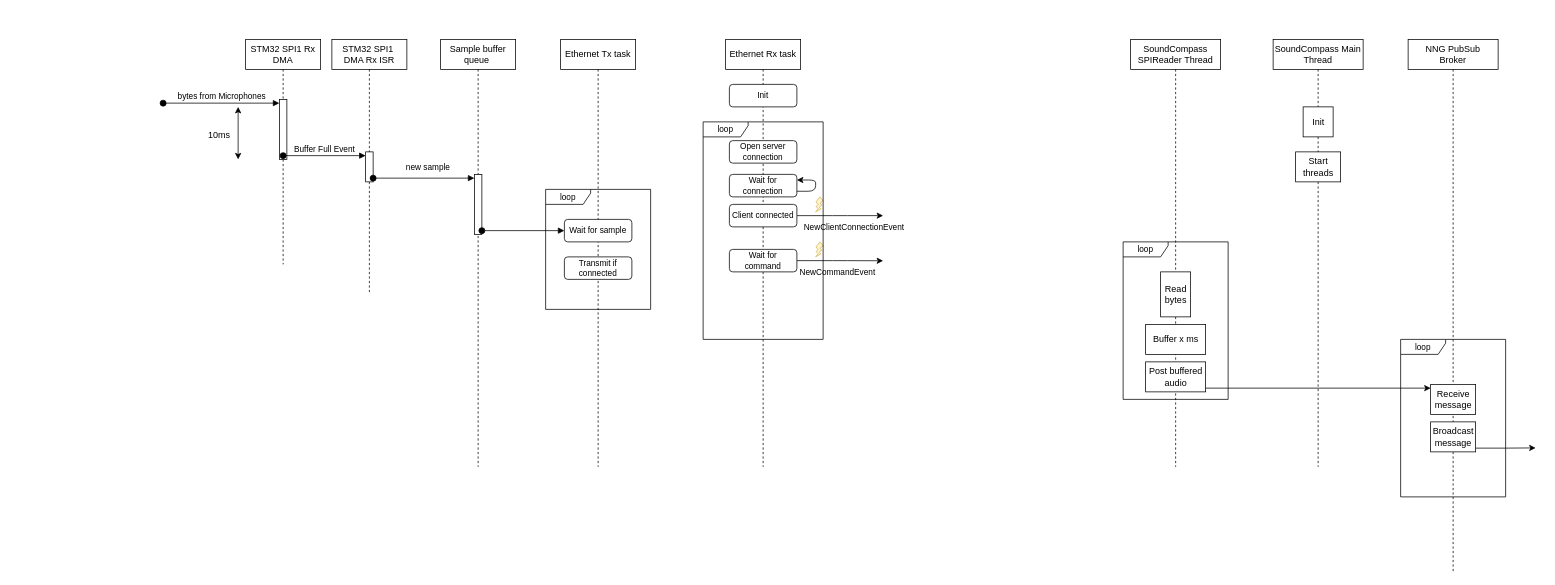
This is page "Mic data seq diagram" (3 of 6) of doc/System Block Diagram.drawio from jbrryhooves/sound-compass, a draw.io file, before an edit. Source tidied: cells renumbered, new cells numbered last; positions are measured from the earlier drawing's top-left corner, leaving out a move shared by most shapes. Both pictures are drawn from the tidied source at 75%, with x=0, y=0 at pixel (163, 39).
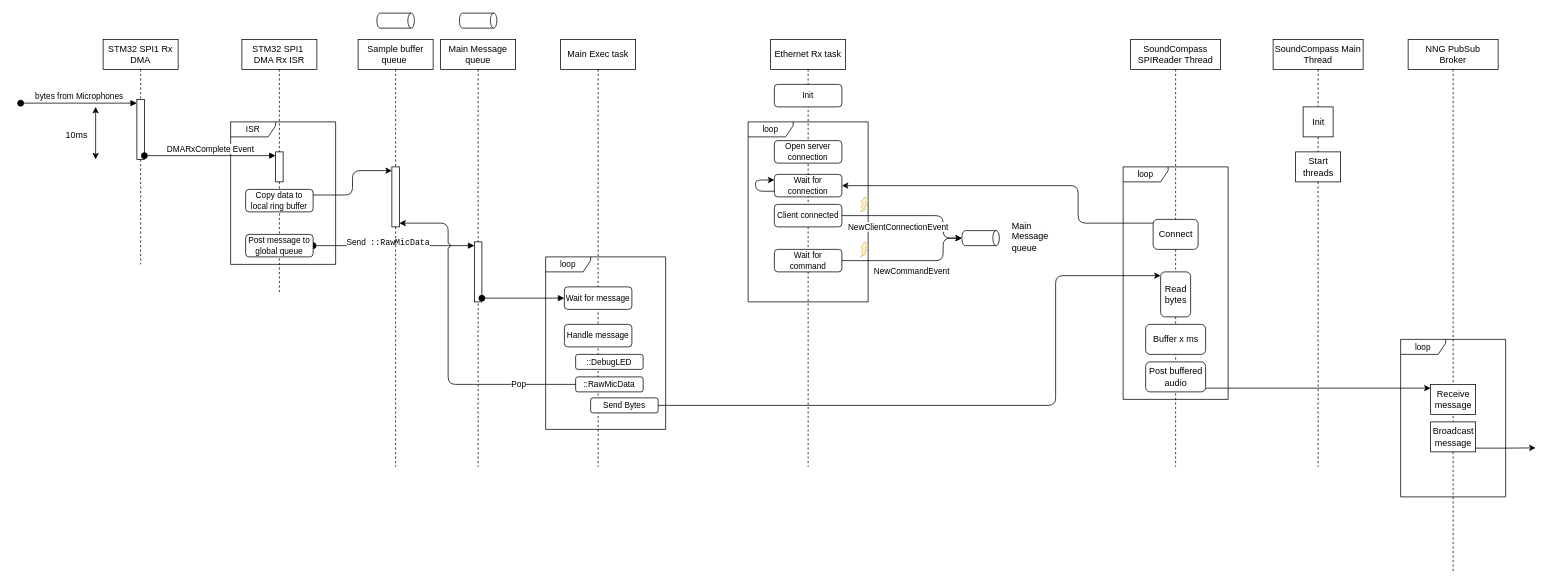
After the change.

Unchanged cells that the change refers to:
```xml
<mxCell id="6" style="html=1;points=[[0,0,0,0,5],[0,1,0,0,-5],[1,0,0,0,5],[1,1,0,0,-5]];perimeter=orthogonalPerimeter;outlineConnect=0;targetShapes=umlLifeline;portConstraint=eastwest;newEdgeStyle={&quot;curved&quot;:0,&quot;rounded&quot;:0};" parent="5" vertex="1">
  <mxGeometry x="45" y="80" width="10" height="80" as="geometry" />
</mxCell>
<mxCell id="9" style="html=1;points=[[0,0,0,0,5],[0,1,0,0,-5],[1,0,0,0,5],[1,1,0,0,-5]];perimeter=orthogonalPerimeter;outlineConnect=0;targetShapes=umlLifeline;portConstraint=eastwest;newEdgeStyle={&quot;curved&quot;:0,&quot;rounded&quot;:0};" parent="8" vertex="1">
  <mxGeometry x="45" y="150" width="10" height="40" as="geometry" />
</mxCell>
<mxCell id="18" value="SoundCompass SPIReader Thread" style="shape=umlLifeline;perimeter=lifelinePerimeter;whiteSpace=wrap;html=1;newEdgeStyle={&quot;curved&quot;:0,&quot;rounded&quot;:0};" parent="4" vertex="1">
  <mxGeometry x="1290" width="120" height="570" as="geometry" />
</mxCell>
```

The edit, as a diff of the source:
```diff
@@
     <mxCell id="3" value="loop" style="shape=umlFrame;whiteSpace=wrap;html=1;fontFamily=Helvetica;fontSize=11;fontColor=default;width=60;height=20;" parent="2" vertex="1">
-      <mxGeometry x="510" y="200" width="140" height="160" as="geometry" />
+      <mxGeometry x="510" y="290" width="160" height="230" as="geometry" />
     </mxCell>
+    <mxCell id="46" value="ISR" style="shape=umlFrame;whiteSpace=wrap;html=1;fontFamily=Helvetica;fontSize=11;fontColor=default;width=60;height=20;" parent="2" vertex="1">
+      <mxGeometry x="90" y="110" width="140" height="190" as="geometry" />
+    </mxCell>
+    <mxCell id="44" value="loop" style="shape=umlFrame;whiteSpace=wrap;html=1;fontFamily=Helvetica;fontSize=11;fontColor=default;width=60;height=20;" parent="2" vertex="1">
+      <mxGeometry x="780" y="110" width="160" height="240" as="geometry" />
+    </mxCell>
@@
     <mxCell id="5" value="STM32 SPI1 Rx DMA" style="shape=umlLifeline;perimeter=lifelinePerimeter;whiteSpace=wrap;html=1;newEdgeStyle={&quot;curved&quot;:0,&quot;rounded&quot;:0};" parent="4" vertex="1">
-      <mxGeometry x="110" width="100" height="300" as="geometry" />
+      <mxGeometry x="-80" width="100" height="300" as="geometry" />
     </mxCell>
@@
     <mxCell id="8" value="STM32 SPI1&amp;nbsp; DMA Rx ISR" style="shape=umlLifeline;perimeter=lifelinePerimeter;whiteSpace=wrap;html=1;newEdgeStyle={&quot;curved&quot;:0,&quot;rounded&quot;:0};" parent="4" vertex="1">
-      <mxGeometry x="225" width="100" height="340" as="geometry" />
+      <mxGeometry x="105" width="100" height="340" as="geometry" />
     </mxCell>
@@
-    <mxCell id="10" value="Buffer Full Event" style="html=1;verticalAlign=bottom;startArrow=oval;endArrow=block;startSize=8;curved=0;rounded=0;entryX=0;entryY=0;entryDx=0;entryDy=5;exitX=1;exitY=1;exitDx=0;exitDy=-5;exitPerimeter=0;" parent="4" edge="1" target="9">
-      <mxGeometry relative="1" as="geometry">
-        <mxPoint x="160" y="155" as="sourcePoint" />
-      </mxGeometry>
+    <mxCell id="10" value="DMARxComplete Event" style="html=1;verticalAlign=bottom;startArrow=oval;endArrow=block;startSize=8;curved=0;rounded=0;entryX=0;entryY=0;entryDx=0;entryDy=5;exitX=1;exitY=1;exitDx=0;exitDy=-5;exitPerimeter=0;" parent="4" edge="1" source="6" target="9">
+      <mxGeometry relative="1" as="geometry" />
     </mxCell>
-    <mxCell id="11" value="new sample" style="html=1;verticalAlign=bottom;startArrow=oval;endArrow=block;startSize=8;rounded=1;exitX=1;exitY=1;exitDx=0;exitDy=-5;exitPerimeter=0;entryX=0;entryY=0;entryDx=0;entryDy=5;entryPerimeter=0;" parent="4" edge="1" source="9" target="15">
-      <mxGeometry x="0.08" y="5" relative="1" as="geometry" />
+    <mxCell id="11" value="Send&amp;nbsp;&amp;nbsp;&lt;font face=&quot;Courier New&quot;&gt;::RawMicData&lt;/font&gt;" style="html=1;verticalAlign=bottom;startArrow=oval;endArrow=block;startSize=8;rounded=1;entryX=0;entryY=0;entryDx=0;entryDy=5;entryPerimeter=0;exitX=1;exitY=0.5;exitDx=0;exitDy=0;" parent="4" edge="1" source="49" target="15">
+      <mxGeometry x="-0.07" y="-5" relative="1" as="geometry" />
     </mxCell>
     <mxCell id="12" style="endArrow=classic;startArrow=classic;html=1;rounded=0;" parent="4" edge="1">
       <mxGeometry relative="1" as="geometry">
-        <mxPoint x="100" y="160" as="sourcePoint" />
-        <mxPoint x="100" y="90" as="targetPoint" />
+        <mxPoint x="-90" y="160" as="sourcePoint" />
+        <mxPoint x="-90" y="90" as="targetPoint" />
       </mxGeometry>
     </mxCell>
     <mxCell id="13" value="10ms" style="text;html=1;strokeColor=none;fillColor=none;align=center;verticalAlign=middle;whiteSpace=wrap;rounded=0;" parent="4" vertex="1">
-      <mxGeometry x="50" y="120" width="50" height="15" as="geometry" />
+      <mxGeometry x="-140" y="120" width="50" height="15" as="geometry" />
     </mxCell>
-    <mxCell id="14" value="Sample buffer queue&amp;nbsp;" style="shape=umlLifeline;perimeter=lifelinePerimeter;whiteSpace=wrap;html=1;newEdgeStyle={&quot;curved&quot;:0,&quot;rounded&quot;:0};" parent="4" vertex="1">
+    <mxCell id="14" value="Main Message queue" style="shape=umlLifeline;perimeter=lifelinePerimeter;whiteSpace=wrap;html=1;newEdgeStyle={&quot;curved&quot;:0,&quot;rounded&quot;:0};" parent="4" vertex="1">
       <mxGeometry x="370" width="100" height="570" as="geometry" />
     </mxCell>
     <mxCell id="15" style="html=1;points=[[0,0,0,0,5],[0,1,0,0,-5],[1,0,0,0,5],[1,1,0,0,-5]];perimeter=orthogonalPerimeter;outlineConnect=0;targetShapes=umlLifeline;portConstraint=eastwest;newEdgeStyle={&quot;curved&quot;:0,&quot;rounded&quot;:0};" parent="14" vertex="1">
-      <mxGeometry x="45" y="180" width="10" height="80" as="geometry" />
+      <mxGeometry x="45" y="270" width="10" height="80" as="geometry" />
     </mxCell>
-    <mxCell id="16" value="Ethernet Tx task" style="shape=umlLifeline;perimeter=lifelinePerimeter;whiteSpace=wrap;html=1;newEdgeStyle={&quot;curved&quot;:0,&quot;rounded&quot;:0};" parent="4" vertex="1">
+    <mxCell id="16" value="Main Exec task" style="shape=umlLifeline;perimeter=lifelinePerimeter;whiteSpace=wrap;html=1;newEdgeStyle={&quot;curved&quot;:0,&quot;rounded&quot;:0};" parent="4" vertex="1">
       <mxGeometry x="530" width="100" height="570" as="geometry" />
     </mxCell>
@@
-    <mxCell id="19" value="Read &lt;br&gt;bytes" style="html=1;points=[[0,0,0,0,5],[0,1,0,0,-5],[1,0,0,0,5],[1,1,0,0,-5]];perimeter=orthogonalPerimeter;outlineConnect=0;targetShapes=umlLifeline;portConstraint=eastwest;newEdgeStyle={&quot;curved&quot;:0,&quot;rounded&quot;:0};" parent="18" vertex="1">
+    <mxCell id="19" value="Read &lt;br&gt;bytes" style="html=1;points=[[0,0,0,0,5],[0,1,0,0,-5],[1,0,0,0,5],[1,1,0,0,-5]];perimeter=orthogonalPerimeter;outlineConnect=0;targetShapes=umlLifeline;portConstraint=eastwest;newEdgeStyle={&quot;curved&quot;:0,&quot;rounded&quot;:0};rounded=1;" parent="18" vertex="1">
       <mxGeometry x="40" y="310" width="40" height="60" as="geometry" />
     </mxCell>
-    <mxCell id="20" value="Buffer x ms" style="html=1;perimeter=orthogonalPerimeter;targetShapes=umlLifeline;newEdgeStyle={&quot;curved&quot;:0,&quot;rounded&quot;:0};" parent="18" vertex="1">
+    <mxCell id="20" value="Buffer x ms" style="html=1;perimeter=orthogonalPerimeter;targetShapes=umlLifeline;newEdgeStyle={&quot;curved&quot;:0,&quot;rounded&quot;:0};rounded=1;" parent="18" vertex="1">
       <mxGeometry x="20" y="380" width="80" height="40" as="geometry" />
     </mxCell>
+    <mxCell id="47" value="Connect" style="html=1;points=[[0,0,0,0,5],[0,1,0,0,-5],[1,0,0,0,5],[1,1,0,0,-5]];perimeter=orthogonalPerimeter;outlineConnect=0;targetShapes=umlLifeline;portConstraint=eastwest;newEdgeStyle={&quot;curved&quot;:0,&quot;rounded&quot;:0};rounded=1;" parent="18" vertex="1">
+      <mxGeometry x="30" y="240" width="60" height="40" as="geometry" />
+    </mxCell>
@@
     <mxCell id="26" value="loop" style="shape=umlFrame;whiteSpace=wrap;html=1;fontFamily=Helvetica;fontSize=11;fontColor=default;width=60;height=20;" parent="4" vertex="1">
-      <mxGeometry x="1280" y="270" width="140" height="210" as="geometry" />
+      <mxGeometry x="1280" y="170" width="140" height="310" as="geometry" />
     </mxCell>
-    <mxCell id="27" value="Post buffered &lt;br&gt;audio" style="html=1;points=[[0,0,0,0,5],[0,1,0,0,-5],[1,0,0,0,5],[1,1,0,0,-5]];perimeter=orthogonalPerimeter;outlineConnect=0;targetShapes=umlLifeline;portConstraint=eastwest;newEdgeStyle={&quot;curved&quot;:0,&quot;rounded&quot;:0};" parent="4" vertex="1">
+    <mxCell id="27" value="Post buffered &lt;br&gt;audio" style="html=1;points=[[0,0,0,0,5],[0,1,0,0,-5],[1,0,0,0,5],[1,1,0,0,-5]];perimeter=orthogonalPerimeter;outlineConnect=0;targetShapes=umlLifeline;portConstraint=eastwest;newEdgeStyle={&quot;curved&quot;:0,&quot;rounded&quot;:0};rounded=1;" parent="4" vertex="1">
       <mxGeometry x="1310" y="430" width="80" height="40" as="geometry" />
     </mxCell>
@@
     <mxCell id="32" value="Ethernet Rx task" style="shape=umlLifeline;perimeter=lifelinePerimeter;whiteSpace=wrap;html=1;newEdgeStyle={&quot;curved&quot;:0,&quot;rounded&quot;:0};" parent="4" vertex="1">
-      <mxGeometry x="750" width="100" height="570" as="geometry" />
+      <mxGeometry x="810" width="100" height="570" as="geometry" />
     </mxCell>
     <mxCell id="33" value="Open server connection" style="rounded=1;whiteSpace=wrap;html=1;fontFamily=Helvetica;fontSize=11;fontColor=default;" parent="4" vertex="1">
-      <mxGeometry x="755" y="135" width="90" height="30" as="geometry" />
+      <mxGeometry x="815" y="135" width="90" height="30" as="geometry" />
     </mxCell>
     <mxCell id="34" value="Wait for connection" style="rounded=1;whiteSpace=wrap;html=1;fontFamily=Helvetica;fontSize=11;fontColor=default;" parent="4" vertex="1">
-      <mxGeometry x="755" y="180" width="90" height="30" as="geometry" />
+      <mxGeometry x="815" y="180" width="90" height="30" as="geometry" />
     </mxCell>
-    <mxCell id="35" style="edgeStyle=orthogonalEdgeStyle;shape=connector;curved=0;rounded=1;orthogonalLoop=1;jettySize=auto;html=1;exitX=1;exitY=0.75;exitDx=0;exitDy=0;labelBackgroundColor=default;strokeColor=default;align=center;verticalAlign=middle;fontFamily=Helvetica;fontSize=11;fontColor=default;endArrow=classic;entryX=1;entryY=0.25;entryDx=0;entryDy=0;" parent="4" edge="1" source="34" target="34">
+    <mxCell id="35" style="edgeStyle=orthogonalEdgeStyle;shape=connector;curved=0;rounded=1;orthogonalLoop=1;jettySize=auto;html=1;exitX=0;exitY=0.75;exitDx=0;exitDy=0;labelBackgroundColor=default;strokeColor=default;align=center;verticalAlign=middle;fontFamily=Helvetica;fontSize=11;fontColor=default;endArrow=classic;entryX=0;entryY=0.25;entryDx=0;entryDy=0;" parent="4" edge="1" source="34" target="34">
       <mxGeometry relative="1" as="geometry">
         <Array as="points">
-          <mxPoint x="870" y="202" />
-          <mxPoint x="870" y="188" />
-          <mxPoint x="845" y="188" />
+          <mxPoint x="790" y="203" />
+          <mxPoint x="790" y="188" />
         </Array>
       </mxGeometry>
     </mxCell>
-    <mxCell id="36" value="NewClientConnectionEvent" style="edgeStyle=orthogonalEdgeStyle;shape=connector;curved=0;rounded=1;jettySize=auto;html=1;exitX=1;exitY=0.5;exitDx=0;exitDy=0;labelBackgroundColor=default;strokeColor=default;align=center;verticalAlign=middle;fontFamily=Helvetica;fontSize=11;fontColor=default;endArrow=classic;" parent="4" edge="1" source="37">
-      <mxGeometry x="0.31" y="-15" relative="1" as="geometry">
-        <mxPoint x="960" y="235" as="targetPoint" />
+    <mxCell id="36" value="NewClientConnectionEvent" style="edgeStyle=orthogonalEdgeStyle;shape=connector;curved=0;rounded=1;jettySize=auto;html=1;exitX=1;exitY=0.5;exitDx=0;exitDy=0;labelBackgroundColor=default;strokeColor=default;align=center;verticalAlign=middle;fontFamily=Helvetica;fontSize=11;fontColor=default;endArrow=classic;entryX=0.5;entryY=1;entryDx=0;entryDy=0;entryPerimeter=0;" parent="4" edge="1" source="37" target="57">
+      <mxGeometry x="-0.21" y="-15" relative="1" as="geometry">
+        <Array as="points">
+          <mxPoint x="1040" y="235" />
+          <mxPoint x="1040" y="265" />
+        </Array>
       </mxGeometry>
     </mxCell>
     <mxCell id="37" value="Client connected" style="rounded=1;whiteSpace=wrap;html=1;fontFamily=Helvetica;fontSize=11;fontColor=default;" parent="4" vertex="1">
-      <mxGeometry x="755" y="220" width="90" height="30" as="geometry" />
+      <mxGeometry x="815" y="220" width="90" height="30" as="geometry" />
     </mxCell>
     <mxCell id="38" style="verticalLabelPosition=bottom;verticalAlign=top;html=1;shape=mxgraph.basic.flash;fontFamily=Helvetica;fontSize=11;fillColor=#fff2cc;strokeColor=#d6b656;" parent="4" vertex="1">
-      <mxGeometry x="870" y="210" width="10" height="20" as="geometry" />
+      <mxGeometry x="930" y="210" width="10" height="20" as="geometry" />
     </mxCell>
-    <mxCell id="39" value="NewCommandEvent" style="edgeStyle=orthogonalEdgeStyle;shape=connector;curved=0;rounded=1;jettySize=auto;html=1;exitX=1;exitY=0.5;exitDx=0;exitDy=0;labelBackgroundColor=default;strokeColor=default;align=center;verticalAlign=middle;fontFamily=Helvetica;fontSize=11;fontColor=default;endArrow=classic;" parent="4" edge="1" source="40">
+    <mxCell id="39" value="NewCommandEvent" style="edgeStyle=orthogonalEdgeStyle;shape=connector;curved=0;rounded=1;jettySize=auto;html=1;exitX=1;exitY=0.5;exitDx=0;exitDy=0;labelBackgroundColor=default;strokeColor=default;align=center;verticalAlign=middle;fontFamily=Helvetica;fontSize=11;fontColor=default;endArrow=classic;entryX=0.5;entryY=1;entryDx=0;entryDy=0;entryPerimeter=0;" parent="4" edge="1" source="40" target="57">
       <mxGeometry x="0.01" y="-15" relative="1" as="geometry">
-        <mxPoint x="960" y="295.2" as="targetPoint" />
+        <Array as="points">
+          <mxPoint x="1040" y="295" />
+          <mxPoint x="1040" y="265" />
+        </Array>
         <mxPoint x="-3" y="-1" as="offset" />
       </mxGeometry>
     </mxCell>
     <mxCell id="40" value="Wait for command" style="rounded=1;whiteSpace=wrap;html=1;fontFamily=Helvetica;fontSize=11;fontColor=default;" parent="4" vertex="1">
-      <mxGeometry x="755" y="280" width="90" height="30" as="geometry" />
+      <mxGeometry x="815" y="280" width="90" height="30" as="geometry" />
     </mxCell>
     <mxCell id="41" style="verticalLabelPosition=bottom;verticalAlign=top;html=1;shape=mxgraph.basic.flash;fontFamily=Helvetica;fontSize=11;fillColor=#fff2cc;strokeColor=#d6b656;" parent="4" vertex="1">
-      <mxGeometry x="870" y="270" width="10" height="20" as="geometry" />
+      <mxGeometry x="930" y="270" width="10" height="20" as="geometry" />
     </mxCell>
-    <mxCell id="42" value="Wait for sample" style="rounded=1;whiteSpace=wrap;html=1;fontFamily=Helvetica;fontSize=11;fontColor=default;" parent="4" vertex="1">
-      <mxGeometry x="535" y="240" width="90" height="30" as="geometry" />
+    <mxCell id="42" value="Wait for message" style="rounded=1;whiteSpace=wrap;html=1;fontFamily=Helvetica;fontSize=11;fontColor=default;" parent="4" vertex="1">
+      <mxGeometry x="535" y="330" width="90" height="30" as="geometry" />
     </mxCell>
     <mxCell id="43" value="Init" style="rounded=1;whiteSpace=wrap;html=1;fontFamily=Helvetica;fontSize=11;fontColor=default;" parent="4" vertex="1">
-      <mxGeometry x="755" y="60" width="90" height="30" as="geometry" />
+      <mxGeometry x="815" y="60" width="90" height="30" as="geometry" />
     </mxCell>
-    <mxCell id="44" value="loop" style="shape=umlFrame;whiteSpace=wrap;html=1;fontFamily=Helvetica;fontSize=11;fontColor=default;width=60;height=20;" parent="4" vertex="1">
-      <mxGeometry x="720" y="110" width="160" height="290" as="geometry" />
-    </mxCell>
-    <mxCell id="45" value="Transmit if connected" style="rounded=1;whiteSpace=wrap;html=1;fontFamily=Helvetica;fontSize=11;fontColor=default;" parent="4" vertex="1">
-      <mxGeometry x="535" y="290" width="90" height="30" as="geometry" />
+    <mxCell id="45" value="Handle message" style="rounded=1;whiteSpace=wrap;html=1;fontFamily=Helvetica;fontSize=11;fontColor=default;" parent="4" vertex="1">
+      <mxGeometry x="535" y="380" width="90" height="30" as="geometry" />
     </mxCell>
+    <mxCell id="48" value="Copy data to local ring buffer" style="rounded=1;whiteSpace=wrap;html=1;fontFamily=Helvetica;fontSize=11;fontColor=default;" parent="4" vertex="1">
+      <mxGeometry x="110" y="200" width="90" height="30" as="geometry" />
+    </mxCell>
+    <mxCell id="49" value="Post message to global queue" style="rounded=1;whiteSpace=wrap;html=1;fontFamily=Helvetica;fontSize=11;fontColor=default;" parent="4" vertex="1">
+      <mxGeometry x="110" y="260" width="90" height="30" as="geometry" />
+    </mxCell>
+    <mxCell id="50" style="edgeStyle=orthogonalEdgeStyle;rounded=1;jettySize=auto;html=1;exitX=1;exitY=0.25;exitDx=0;exitDy=0;entryX=0;entryY=0;entryDx=0;entryDy=5;entryPerimeter=0;curved=0;" parent="4" edge="1" source="48" target="56">
+      <mxGeometry relative="1" as="geometry" />
+    </mxCell>
+    <mxCell id="51" value="::DebugLED" style="rounded=1;whiteSpace=wrap;html=1;fontFamily=Helvetica;fontSize=11;fontColor=default;" parent="4" vertex="1">
+      <mxGeometry x="550" y="420" width="90" height="20" as="geometry" />
+    </mxCell>
+    <mxCell id="52" value="::RawMicData" style="rounded=1;whiteSpace=wrap;html=1;fontFamily=Helvetica;fontSize=11;fontColor=default;" parent="4" vertex="1">
+      <mxGeometry x="550" y="450" width="90" height="20" as="geometry" />
+    </mxCell>
+    <mxCell id="53" style="edgeStyle=orthogonalEdgeStyle;rounded=1;jettySize=auto;html=1;exitX=0;exitY=0.5;exitDx=0;exitDy=0;entryX=1;entryY=1;entryDx=0;entryDy=-5;entryPerimeter=0;curved=0;jumpStyle=arc;" parent="4" edge="1" source="52" target="56">
+      <mxGeometry relative="1" as="geometry">
+        <Array as="points">
+          <mxPoint x="380" y="460" />
+          <mxPoint x="380" y="245" />
+        </Array>
+      </mxGeometry>
+    </mxCell>
+    <mxCell id="54" value="Pop" style="edgeLabel;html=1;align=center;verticalAlign=middle;fontSize=11;fontFamily=Helvetica;fontColor=default;" parent="53" vertex="1">
+      <mxGeometry x="-0.66" y="-1" relative="1" as="geometry" />
+    </mxCell>
+    <mxCell id="55" value="Sample buffer queue&amp;nbsp;" style="shape=umlLifeline;perimeter=lifelinePerimeter;whiteSpace=wrap;html=1;newEdgeStyle={&quot;curved&quot;:0,&quot;rounded&quot;:0};" parent="4" vertex="1">
+      <mxGeometry x="260" width="100" height="570" as="geometry" />
+    </mxCell>
+    <mxCell id="56" style="html=1;points=[[0,0,0,0,5],[0,1,0,0,-5],[1,0,0,0,5],[1,1,0,0,-5]];perimeter=orthogonalPerimeter;outlineConnect=0;targetShapes=umlLifeline;portConstraint=eastwest;newEdgeStyle={&quot;curved&quot;:0,&quot;rounded&quot;:0};" parent="55" vertex="1">
+      <mxGeometry x="45" y="170" width="10" height="80" as="geometry" />
+    </mxCell>
+    <mxCell id="57" style="shape=cylinder3;whiteSpace=wrap;html=1;boundedLbl=1;backgroundOutline=1;size=4.333333333333371;fontFamily=Helvetica;fontSize=11;fontColor=default;rotation=90;" parent="4" vertex="1">
+      <mxGeometry x="1080" y="240" width="20" height="50" as="geometry" />
+    </mxCell>
+    <mxCell id="58" style="shape=cylinder3;whiteSpace=wrap;html=1;boundedLbl=1;backgroundOutline=1;size=4.333333333333371;fontFamily=Helvetica;fontSize=11;fontColor=default;rotation=90;" parent="4" vertex="1">
+      <mxGeometry x="410" y="-50" width="20" height="50" as="geometry" />
+    </mxCell>
+    <mxCell id="59" style="shape=cylinder3;whiteSpace=wrap;html=1;boundedLbl=1;backgroundOutline=1;size=4.333333333333371;fontFamily=Helvetica;fontSize=11;fontColor=default;rotation=90;" parent="4" vertex="1">
+      <mxGeometry x="300" y="-50" width="20" height="50" as="geometry" />
+    </mxCell>
+    <mxCell id="60" value="&lt;span style=&quot;color: rgb(0, 0, 0); font-family: Helvetica; font-size: 12px; font-style: normal; font-variant-ligatures: normal; font-variant-caps: normal; font-weight: 400; letter-spacing: normal; orphans: 2; text-align: center; text-indent: 0px; text-transform: none; widows: 2; word-spacing: 0px; -webkit-text-stroke-width: 0px; background-color: rgb(251, 251, 251); text-decoration-thickness: initial; text-decoration-style: initial; text-decoration-color: initial; float: none; display: inline !important;&quot;&gt;Main Message queue&lt;/span&gt;" style="text;whiteSpace=wrap;html=1;fontSize=11;fontFamily=Helvetica;fontColor=default;" parent="4" vertex="1">
+      <mxGeometry x="1130" y="235" width="70" height="60" as="geometry" />
+    </mxCell>
+    <mxCell id="61" value="Send Bytes" style="rounded=1;whiteSpace=wrap;html=1;fontFamily=Helvetica;fontSize=11;fontColor=default;" parent="4" vertex="1">
+      <mxGeometry x="570" y="478" width="90" height="20" as="geometry" />
+    </mxCell>
+    <mxCell id="62" style="edgeStyle=orthogonalEdgeStyle;shape=connector;curved=0;rounded=1;jettySize=auto;html=1;exitX=1;exitY=0.5;exitDx=0;exitDy=0;entryX=0;entryY=0;entryDx=0;entryDy=5;entryPerimeter=0;labelBackgroundColor=default;strokeColor=default;align=center;verticalAlign=middle;fontFamily=Helvetica;fontSize=11;fontColor=default;endArrow=classic;" parent="4" edge="1" source="61" target="19">
+      <mxGeometry relative="1" as="geometry">
+        <Array as="points">
+          <mxPoint x="1190" y="488" />
+          <mxPoint x="1190" y="315" />
+        </Array>
+      </mxGeometry>
+    </mxCell>
+    <mxCell id="63" style="edgeStyle=orthogonalEdgeStyle;shape=connector;curved=0;rounded=1;jettySize=auto;html=1;exitX=0;exitY=0;exitDx=0;exitDy=5;exitPerimeter=0;entryX=1;entryY=0.5;entryDx=0;entryDy=0;labelBackgroundColor=default;strokeColor=default;align=center;verticalAlign=middle;fontFamily=Helvetica;fontSize=11;fontColor=default;endArrow=classic;" parent="4" edge="1" source="47" target="34">
+      <mxGeometry relative="1" as="geometry">
+        <Array as="points">
+          <mxPoint x="1220" y="245" />
+          <mxPoint x="1220" y="195" />
+        </Array>
+      </mxGeometry>
+    </mxCell>
```
